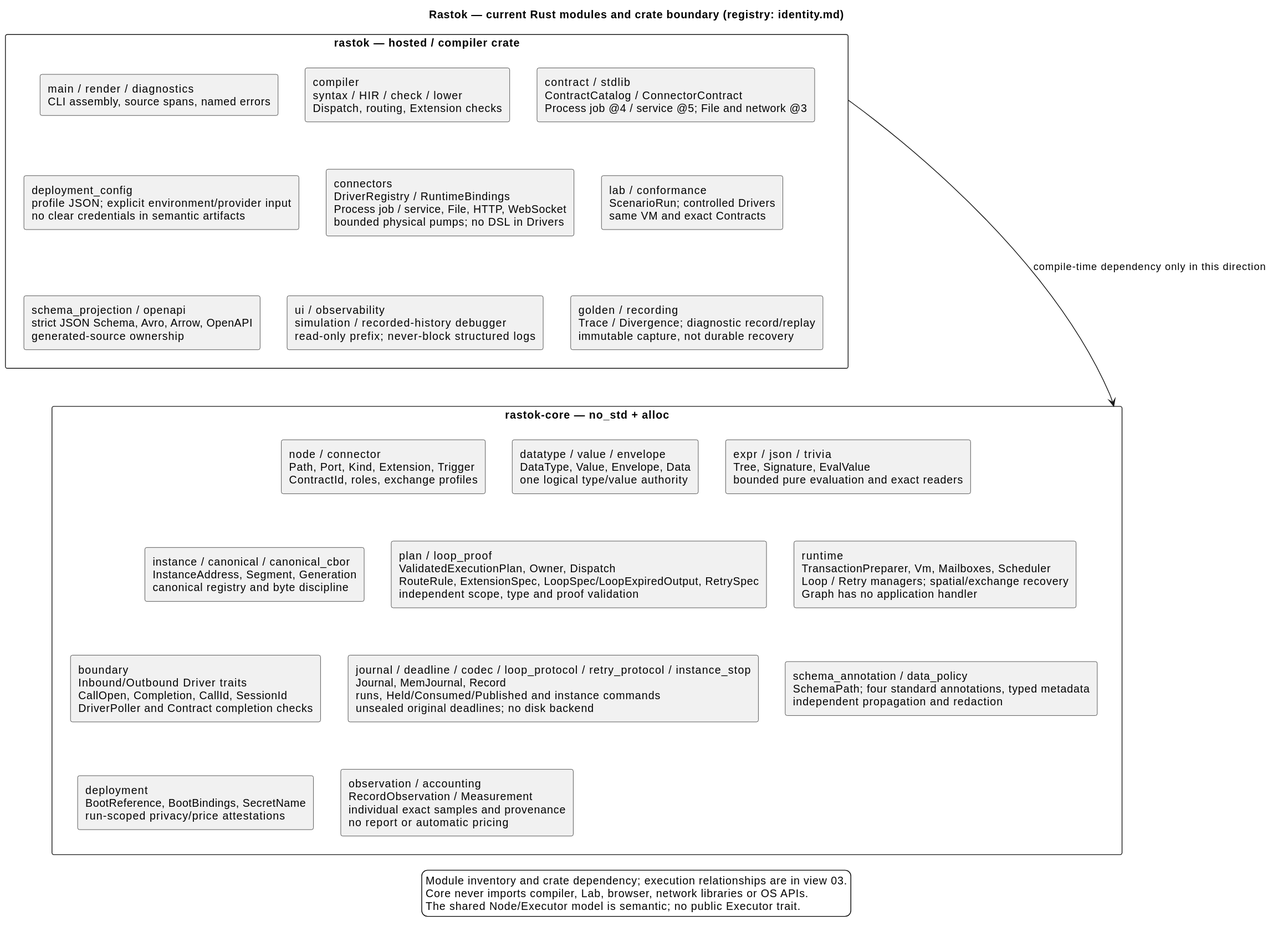
Before: docs/architecture/06-rastok-modules-overview.svg, a diagram exported from PlantUML (rastok-io/rastok).
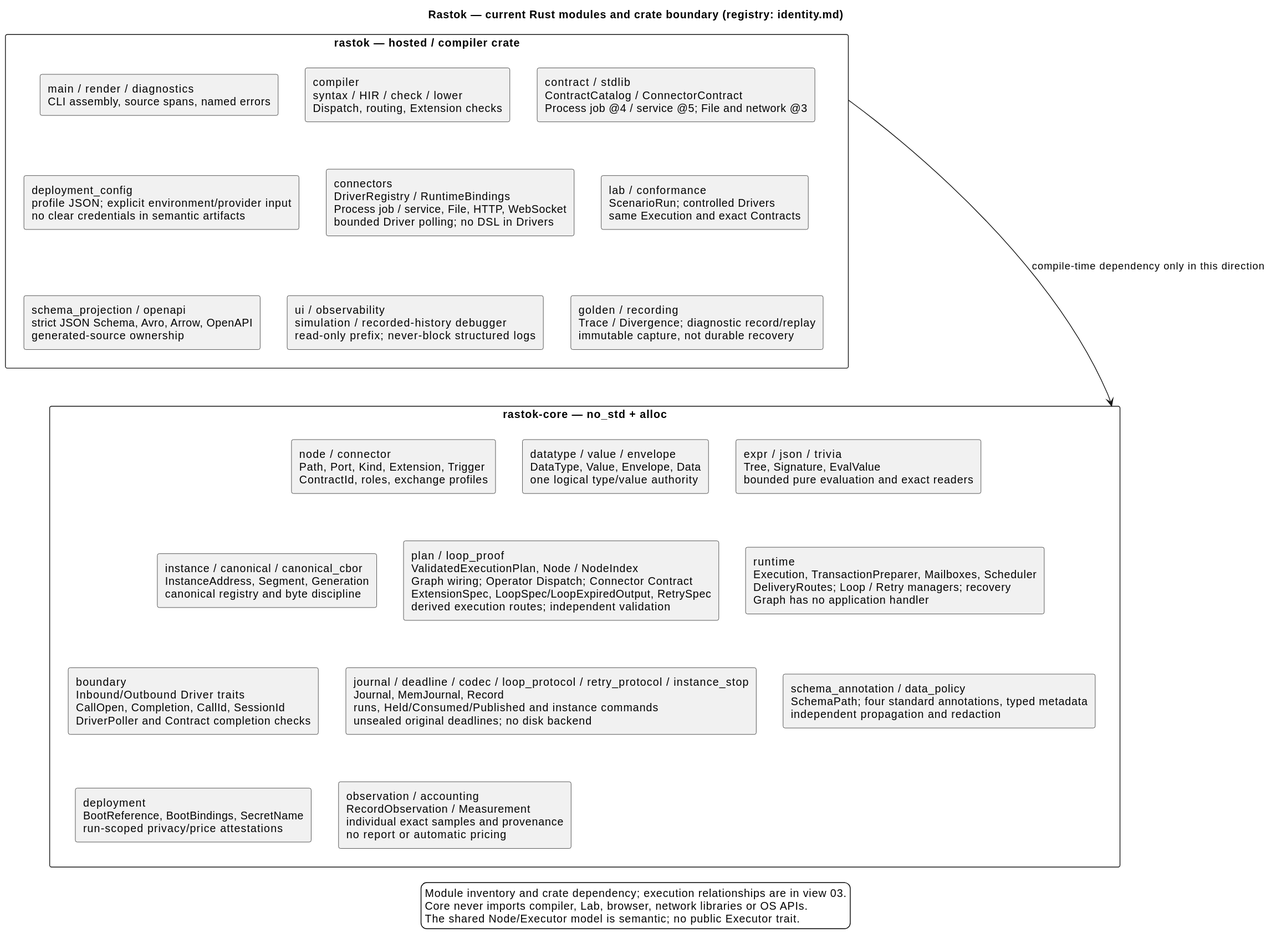
After the commit.

Change to the diagram source:
```diff
@@ -10,9 +10,9 @@
   rectangle "compiler\nsyntax / HIR / check / lower\nDispatch, routing, Extension checks" as COMP
   rectangle "contract / stdlib\nContractCatalog / ConnectorContract\nProcess job @4 / service @5; File and network @3" as CATALOG
   rectangle "schema_projection / openapi\nstrict JSON Schema, Avro, Arrow, OpenAPI\ngenerated-source ownership" as SCHEMA
-  rectangle "connectors\nDriverRegistry / RuntimeBindings\nProcess job / service, File, HTTP, WebSocket\nbounded physical pumps; no DSL in Drivers" as DRIVERS
+  rectangle "connectors\nDriverRegistry / RuntimeBindings\nProcess job / service, File, HTTP, WebSocket\nbounded Driver polling; no DSL in Drivers" as DRIVERS
   rectangle "deployment_config\nprofile JSON; explicit environment/provider input\nno clear credentials in semantic artifacts" as CONFIG
-  rectangle "lab / conformance\nScenarioRun; controlled Drivers\nsame VM and exact Contracts" as LAB
+  rectangle "lab / conformance\nScenarioRun; controlled Drivers\nsame Execution and exact Contracts" as LAB
   rectangle "ui / observability\nsimulation / recorded-history debugger\nread-only prefix; never-block structured logs" as UI
   rectangle "golden / recording\nTrace / Divergence; diagnostic record/replay\nimmutable capture, not durable recovery" as GOLDEN
 }
@@ -22,8 +22,8 @@
   rectangle "datatype / value / envelope\nDataType, Value, Envelope, Data\none logical type/value authority" as DATA
   rectangle "expr / json / trivia\nTree, Signature, EvalValue\nbounded pure evaluation and exact readers" as EXPR
   rectangle "instance / canonical / canonical_cbor\nInstanceAddress, Segment, Generation\ncanonical registry and byte discipline" as IDENTITY
-  rectangle "plan / loop_proof\nValidatedExecutionPlan, Owner, Dispatch\nRouteRule, ExtensionSpec, LoopSpec/LoopExpiredOutput, RetrySpec\nindependent scope, type and proof validation" as PLAN
-  rectangle "runtime\nTransactionPreparer, Vm, Mailboxes, Scheduler\nLoop / Retry managers; spatial/exchange recovery\nGraph has no application handler" as VM
+  rectangle "plan / loop_proof\nValidatedExecutionPlan, Node / NodeIndex\nGraph wiring; Operator Dispatch; Connector Contract\nExtensionSpec, LoopSpec/LoopExpiredOutput, RetrySpec\nderived execution routes; independent validation" as PLAN
+  rectangle "runtime\nExecution, TransactionPreparer, Mailboxes, Scheduler\nDeliveryRoutes; Loop / Retry managers; recovery\nGraph has no application handler" as VM
   rectangle "boundary\nInbound/Outbound Driver traits\nCallOpen, Completion, CallId, SessionId\nDriverPoller and Contract completion checks" as BOUNDARY
   rectangle "journal / deadline / codec / loop_protocol / retry_protocol / instance_stop\nJournal, MemJournal, Record\nruns, Held/Consumed/Published and instance commands\nunsealed original deadlines; no disk backend" as JOURNAL
   rectangle "schema_annotation / data_policy\nSchemaPath; four standard annotations, typed metadata\nindependent propagation and redaction" as POLICY
```
